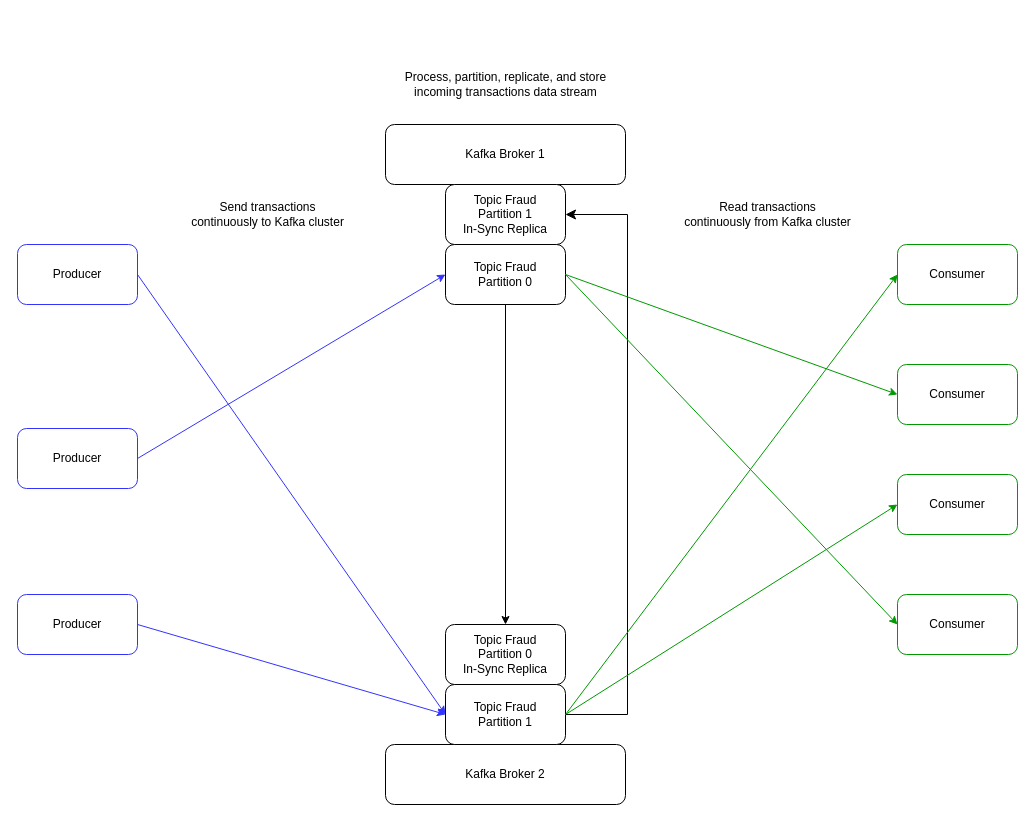
Before: resources_readme/kafka_cluster.drawio in antoniafeistel/BigData, a draw.io diagram. Source tidied: cells renumbered, new cells numbered last; positions are measured from the earlier drawing's top-left corner, leaving out a move shared by most shapes. Both pictures are drawn from the tidied source at 100%, with x=0, y=0 at pixel (17, 64). Pictures stored in the file or linked from it are replaced by grey dashed boxes.
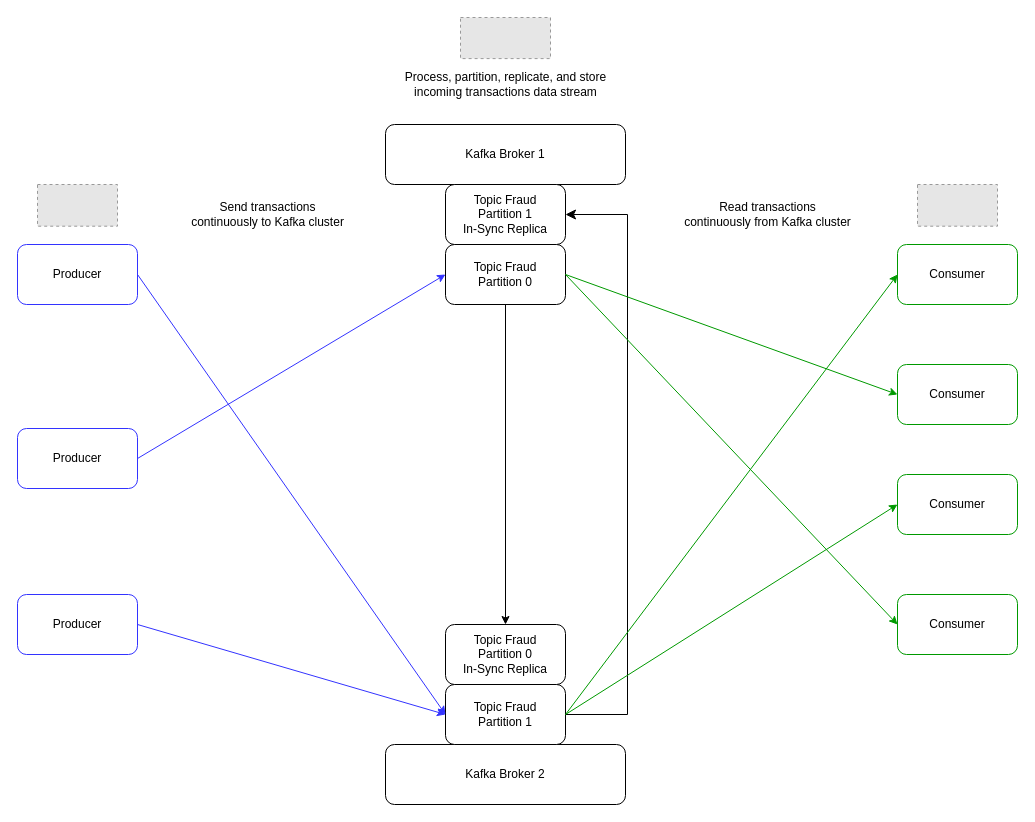
The same page after the edit.

Diff of the diagram source:
```diff
@@
+    <mxCell id="27" style="fillColor=#E6E6E6;strokeColor=#999999;dashed=1;verticalLabelPosition=bottom;labelBackgroundColor=default;verticalAlign=top;" parent="1" vertex="1">
+      <mxGeometry x="20" y="120" width="80" height="41.7" as="geometry" />
+    </mxCell>
+    <mxCell id="28" style="fillColor=#E6E6E6;strokeColor=#999999;dashed=1;verticalLabelPosition=bottom;labelBackgroundColor=default;verticalAlign=top;" parent="1" vertex="1">
+      <mxGeometry x="900" y="120" width="80" height="41.7" as="geometry" />
+    </mxCell>
+    <mxCell id="29" style="fillColor=#E6E6E6;strokeColor=#999999;dashed=1;verticalLabelPosition=bottom;labelBackgroundColor=default;verticalAlign=top;" parent="1" vertex="1">
+      <mxGeometry x="443" y="-47" width="90" height="41.1" as="geometry" />
+    </mxCell>
```
